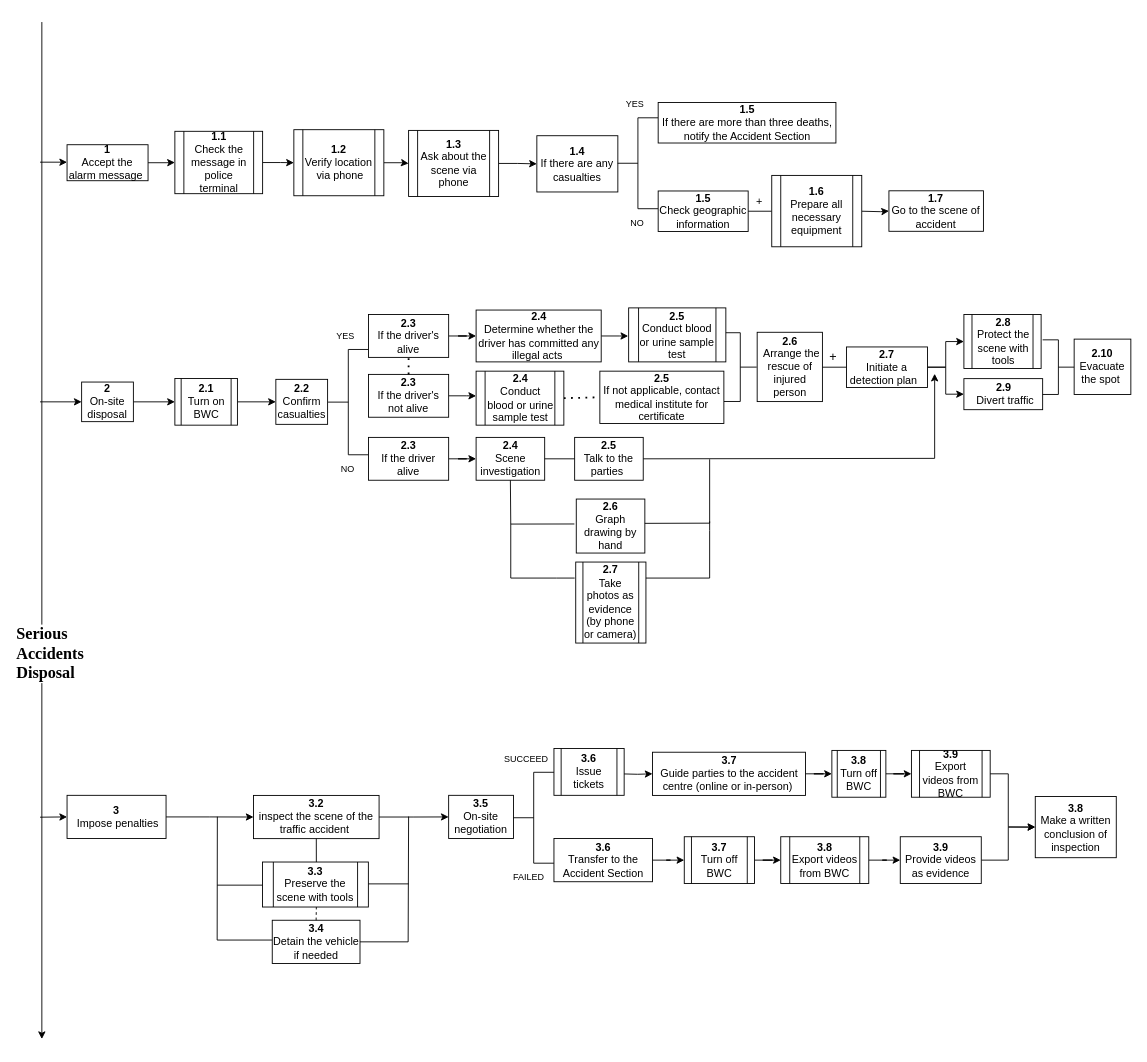
The draw.io diagram page "accident" (4 of 6) of HTA_serious.drawio in PsychDuan/InfoVisual, before the edit. Source tidied: cells renumbered, new cells numbered last; positions are measured from the earlier drawing's top-left corner, leaving out a move shared by most shapes. Both pictures are drawn from the tidied source at 90%, with x=0, y=0 at pixel (40, 22).
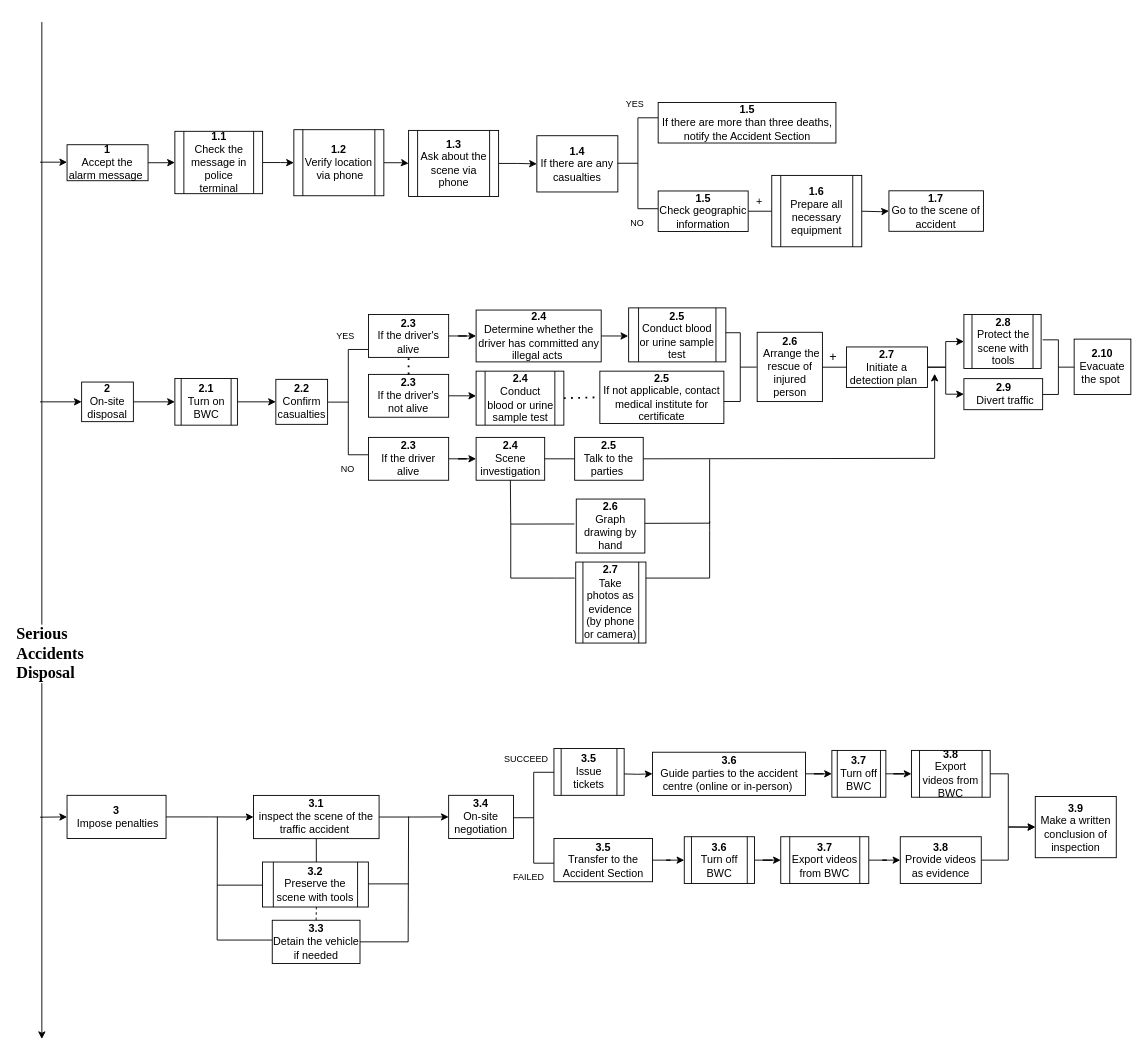
The same page after the edit.

What changed in the source:
```diff
@@
-    <mxCell id="69" value="&lt;b&gt;3.2&lt;/b&gt;&lt;br&gt;inspect the scene of the traffic accident&amp;nbsp;" style="rounded=0;whiteSpace=wrap;html=1;" parent="1" vertex="1">
+    <mxCell id="69" value="&lt;b&gt;3.1&lt;/b&gt;&lt;br&gt;inspect the scene of the traffic accident&amp;nbsp;" style="rounded=0;whiteSpace=wrap;html=1;" parent="1" vertex="1">
       <mxGeometry x="237.2" y="859.3" width="139.5" height="48" as="geometry" />
     </mxCell>
-    <mxCell id="70" value="&lt;b&gt;3.5&lt;/b&gt;&lt;br&gt;On-site negotiation" style="rounded=0;whiteSpace=wrap;html=1;" parent="1" vertex="1">
+    <mxCell id="70" value="&lt;b&gt;3.4&lt;/b&gt;&lt;br&gt;On-site negotiation" style="rounded=0;whiteSpace=wrap;html=1;" parent="1" vertex="1">
       <mxGeometry x="454" y="859.2" width="72" height="48" as="geometry" />
     </mxCell>
@@
-    <mxCell id="82" value="&lt;b&gt;3.7&lt;/b&gt;&lt;br&gt;Guide parties to the accident centre (online or in-person)&amp;nbsp;" style="rounded=0;whiteSpace=wrap;html=1;" parent="1" vertex="1">
+    <mxCell id="82" value="&lt;b&gt;3.6&lt;/b&gt;&lt;br&gt;Guide parties to the accident centre (online or in-person)&amp;nbsp;" style="rounded=0;whiteSpace=wrap;html=1;" parent="1" vertex="1">
       <mxGeometry x="680.5" y="811.3" width="170" height="48" as="geometry" />
     </mxCell>
@@
-    <mxCell id="84" value="&lt;b&gt;3.6&lt;/b&gt;&lt;br&gt;Transfer to the Accident Section" style="rounded=0;whiteSpace=wrap;html=1;" parent="1" vertex="1">
+    <mxCell id="84" value="&lt;b&gt;3.5&lt;/b&gt;&lt;br&gt;Transfer to the Accident Section" style="rounded=0;whiteSpace=wrap;html=1;" parent="1" vertex="1">
       <mxGeometry x="571" y="907.2" width="109.5" height="48" as="geometry" />
     </mxCell>
-    <mxCell id="85" value="&lt;b&gt;3.8&lt;/b&gt;&lt;br&gt;Make a written conclusion of inspection" style="rounded=0;whiteSpace=wrap;html=1;" parent="1" vertex="1">
+    <mxCell id="85" value="&lt;b&gt;3.9&lt;/b&gt;&lt;br&gt;Make a written conclusion of inspection" style="rounded=0;whiteSpace=wrap;html=1;" parent="1" vertex="1">
       <mxGeometry x="1105.8" y="860.5" width="90" height="68" as="geometry" />
     </mxCell>
-    <mxCell id="86" value="&lt;b&gt;3.4&lt;/b&gt;&lt;br&gt;Detain the vehicle if needed" style="rounded=0;whiteSpace=wrap;html=1;" parent="1" vertex="1">
+    <mxCell id="86" value="&lt;b&gt;3.3&lt;/b&gt;&lt;br&gt;Detain the vehicle if needed" style="rounded=0;whiteSpace=wrap;html=1;" parent="1" vertex="1">
       <mxGeometry x="258" y="998" width="97.5" height="48" as="geometry" />
     </mxCell>
@@
-    <mxCell id="106" value="&lt;b&gt;3.3&lt;/b&gt;&lt;br&gt;Preserve the scene with tools" style="shape=process;whiteSpace=wrap;html=1;backgroundOutline=1;strokeColor=#000000;fillColor=#FFFFFF;" parent="1" vertex="1">
+    <mxCell id="106" value="&lt;b&gt;3.2&lt;/b&gt;&lt;br&gt;Preserve the scene with tools" style="shape=process;whiteSpace=wrap;html=1;backgroundOutline=1;strokeColor=#000000;fillColor=#FFFFFF;" parent="1" vertex="1">
       <mxGeometry x="247.2" y="933.3" width="117.6" height="50" as="geometry" />
     </mxCell>
-    <mxCell id="107" value="&lt;b&gt;3.6&lt;/b&gt;&lt;br&gt;Issue tickets" style="shape=process;whiteSpace=wrap;html=1;backgroundOutline=1;strokeColor=#000000;fillColor=#FFFFFF;" parent="1" vertex="1">
+    <mxCell id="107" value="&lt;b&gt;3.5&lt;/b&gt;&lt;br&gt;Issue tickets" style="shape=process;whiteSpace=wrap;html=1;backgroundOutline=1;strokeColor=#000000;fillColor=#FFFFFF;" parent="1" vertex="1">
       <mxGeometry x="571" y="807.2" width="78" height="52" as="geometry" />
     </mxCell>
@@
-    <mxCell id="109" value="&lt;b&gt;3.7&lt;/b&gt;&lt;br&gt;Turn off BWC" style="shape=process;whiteSpace=wrap;html=1;backgroundOutline=1;strokeColor=#000000;fillColor=#FFFFFF;" parent="1" vertex="1">
+    <mxCell id="109" value="&lt;b&gt;3.6&lt;/b&gt;&lt;br&gt;Turn off BWC" style="shape=process;whiteSpace=wrap;html=1;backgroundOutline=1;strokeColor=#000000;fillColor=#FFFFFF;" parent="1" vertex="1">
       <mxGeometry x="715.8" y="905.2" width="78" height="52" as="geometry" />
     </mxCell>
@@
-    <mxCell id="111" value="&lt;b&gt;3.8&lt;br&gt;&lt;/b&gt;Export videos from BWC" style="shape=process;whiteSpace=wrap;html=1;backgroundOutline=1;strokeColor=#000000;fillColor=#FFFFFF;" parent="1" vertex="1">
+    <mxCell id="111" value="&lt;b&gt;3.7&lt;br&gt;&lt;/b&gt;Export videos from BWC" style="shape=process;whiteSpace=wrap;html=1;backgroundOutline=1;strokeColor=#000000;fillColor=#FFFFFF;" parent="1" vertex="1">
       <mxGeometry x="823" y="905.2" width="97.8" height="52" as="geometry" />
     </mxCell>
@@
-    <mxCell id="113" value="&lt;b&gt;3.9&lt;br&gt;&lt;/b&gt;Provide videos as evidence" style="rounded=0;whiteSpace=wrap;html=1;" parent="1" vertex="1">
+    <mxCell id="113" value="&lt;b&gt;3.8&lt;br&gt;&lt;/b&gt;Provide videos as evidence" style="rounded=0;whiteSpace=wrap;html=1;" parent="1" vertex="1">
       <mxGeometry x="955.8" y="905.2" width="90" height="52" as="geometry" />
     </mxCell>
@@
-    <mxCell id="115" value="&lt;b&gt;3.8&lt;/b&gt;&lt;br&gt;Turn off BWC" style="shape=process;whiteSpace=wrap;html=1;backgroundOutline=1;strokeColor=#000000;fillColor=#FFFFFF;" parent="1" vertex="1">
+    <mxCell id="115" value="&lt;b&gt;3.7&lt;/b&gt;&lt;br&gt;Turn off BWC" style="shape=process;whiteSpace=wrap;html=1;backgroundOutline=1;strokeColor=#000000;fillColor=#FFFFFF;" parent="1" vertex="1">
       <mxGeometry x="879.8" y="809.3" width="60" height="52" as="geometry" />
     </mxCell>
-    <mxCell id="116" value="&lt;b&gt;3.9&lt;br&gt;&lt;/b&gt;Export videos from BWC" style="shape=process;whiteSpace=wrap;html=1;backgroundOutline=1;strokeColor=#000000;fillColor=#FFFFFF;" parent="1" vertex="1">
+    <mxCell id="116" value="&lt;b&gt;3.8&lt;br&gt;&lt;/b&gt;Export videos from BWC" style="shape=process;whiteSpace=wrap;html=1;backgroundOutline=1;strokeColor=#000000;fillColor=#FFFFFF;" parent="1" vertex="1">
       <mxGeometry x="968.2" y="809.3" width="87.5" height="52" as="geometry" />
     </mxCell>
```
